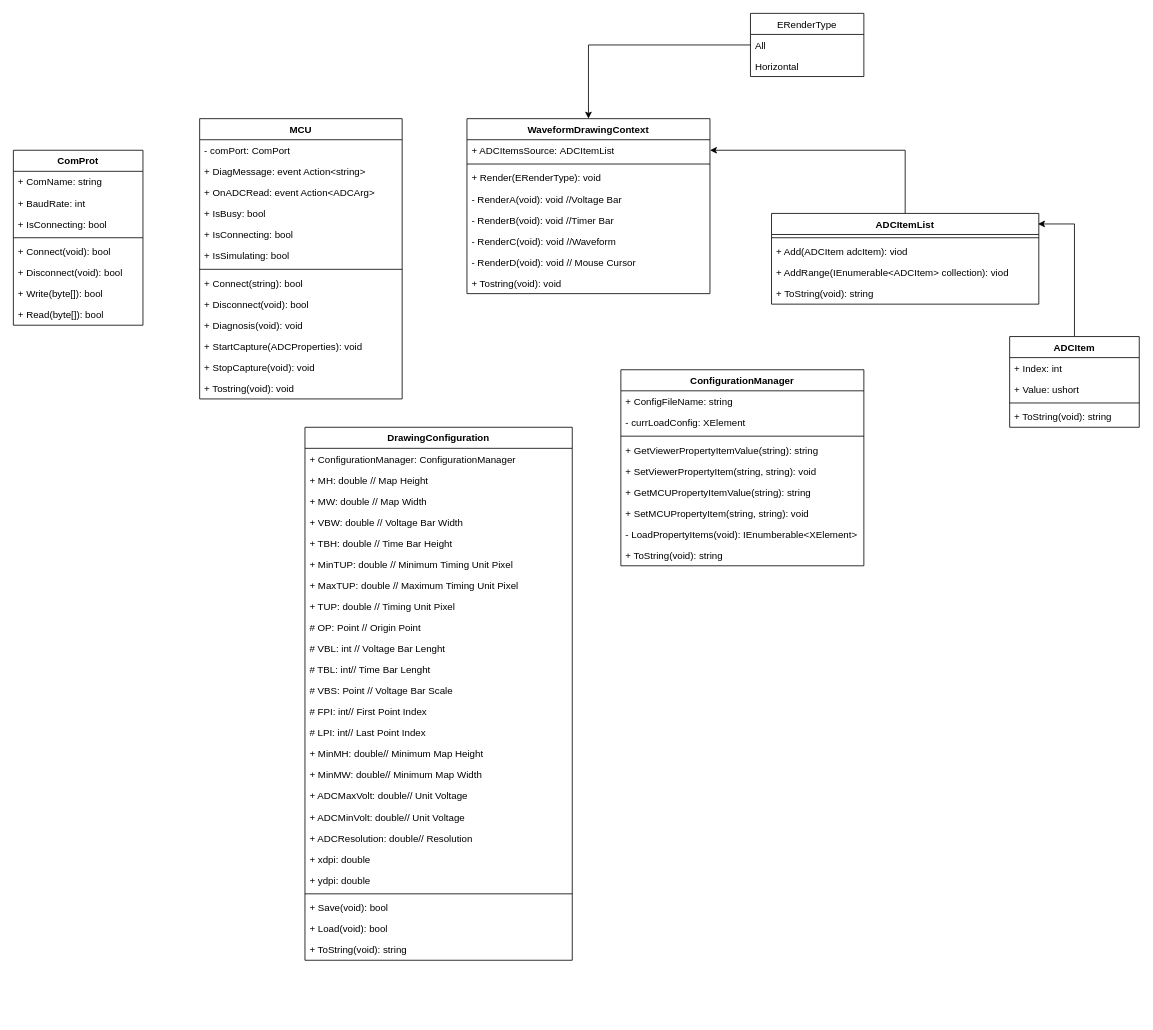
Earlier version of the draw.io diagram page "UML Class Diagram" (5 of 5) of ADC Monitor.drawio (Jasson-Chou/SideProject). Source tidied: cells renumbered, new cells numbered last; positions are measured from the earlier drawing's top-left corner, leaving out a move shared by most shapes. Both pictures are drawn from the tidied source at 81%, with x=0, y=0 at pixel (13, 13).
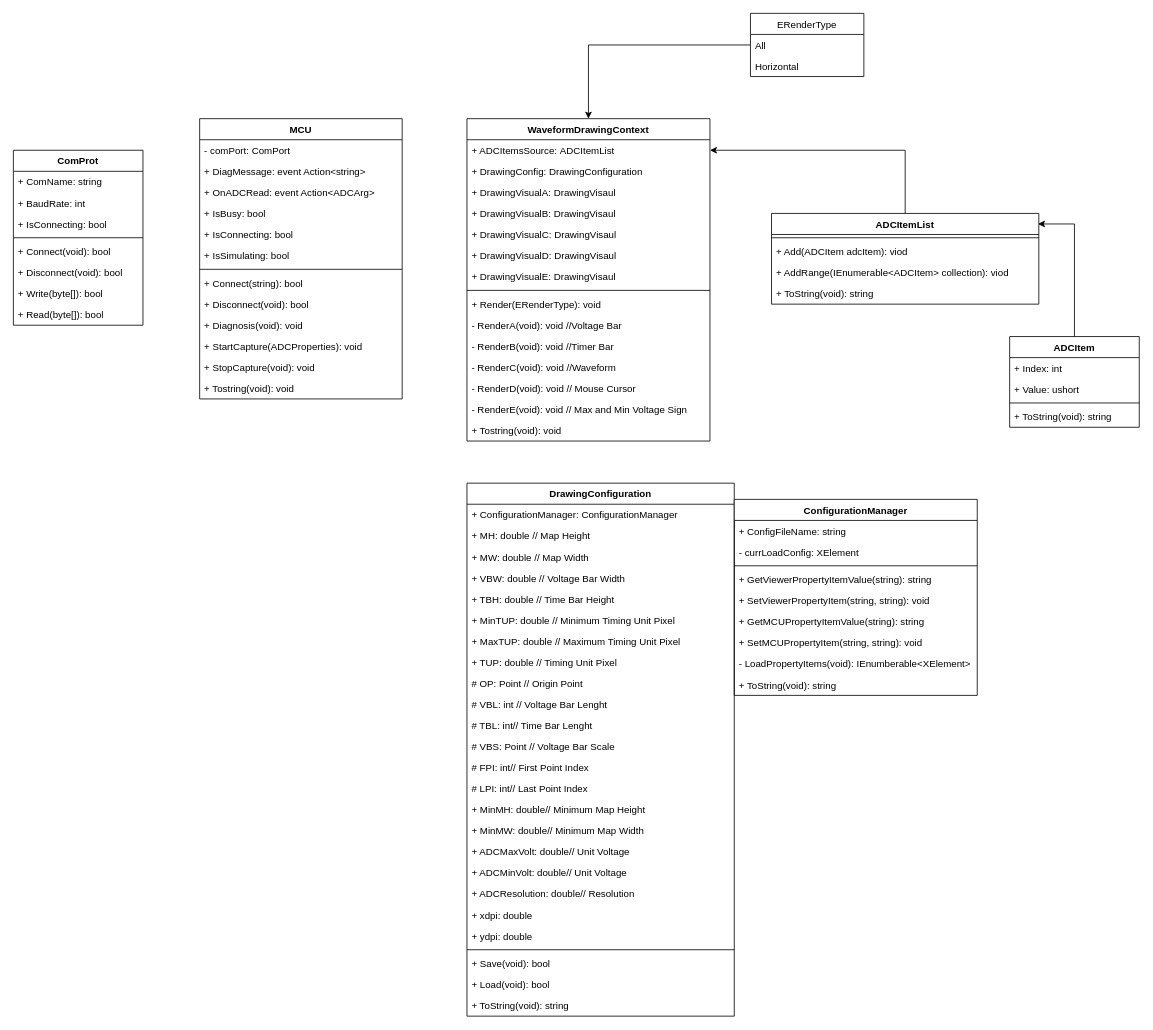
The same page after the edit.

What changed in the source:
```diff
@@
     <mxCell id="25" value="WaveformDrawingContext" style="swimlane;fontStyle=1;align=center;verticalAlign=top;horizontal=1;startSize=26;" parent="1" vertex="1">
-      <mxGeometry x="560" y="130" width="300" height="216" as="geometry" />
+      <mxGeometry x="560" y="130" width="300" height="398" as="geometry" />
     </mxCell>
@@
+    <mxCell id="86" value="+ DrawingConfig: DrawingConfiguration" style="text;strokeColor=none;fillColor=none;align=left;verticalAlign=top;spacingLeft=4;spacingRight=4;overflow=hidden;" parent="25" vertex="1">
+      <mxGeometry y="52" width="300" height="26" as="geometry" />
+    </mxCell>
+    <mxCell id="87" value="+ DrawingVisualA: DrawingVisaul" style="text;strokeColor=none;fillColor=none;align=left;verticalAlign=top;spacingLeft=4;spacingRight=4;overflow=hidden;" parent="25" vertex="1">
+      <mxGeometry y="78" width="300" height="26" as="geometry" />
+    </mxCell>
+    <mxCell id="88" value="+ DrawingVisualB: DrawingVisaul" style="text;strokeColor=none;fillColor=none;align=left;verticalAlign=top;spacingLeft=4;spacingRight=4;overflow=hidden;" parent="25" vertex="1">
+      <mxGeometry y="104" width="300" height="26" as="geometry" />
+    </mxCell>
+    <mxCell id="89" value="+ DrawingVisualC: DrawingVisaul" style="text;strokeColor=none;fillColor=none;align=left;verticalAlign=top;spacingLeft=4;spacingRight=4;overflow=hidden;" parent="25" vertex="1">
+      <mxGeometry y="130" width="300" height="26" as="geometry" />
+    </mxCell>
+    <mxCell id="90" value="+ DrawingVisualD: DrawingVisaul" style="text;strokeColor=none;fillColor=none;align=left;verticalAlign=top;spacingLeft=4;spacingRight=4;overflow=hidden;" parent="25" vertex="1">
+      <mxGeometry y="156" width="300" height="26" as="geometry" />
+    </mxCell>
+    <mxCell id="91" value="+ DrawingVisualE: DrawingVisaul" style="text;strokeColor=none;fillColor=none;align=left;verticalAlign=top;spacingLeft=4;spacingRight=4;overflow=hidden;" parent="25" vertex="1">
+      <mxGeometry y="182" width="300" height="26" as="geometry" />
+    </mxCell>
     <mxCell id="27" style="line;strokeWidth=1;fillColor=none;align=left;verticalAlign=middle;spacingTop=-1;spacingLeft=3;spacingRight=3;labelPosition=right;" parent="25" vertex="1">
-      <mxGeometry y="52" width="300" height="8" as="geometry" />
+      <mxGeometry y="208" width="300" height="8" as="geometry" />
     </mxCell>
     <mxCell id="28" value="+ Render(ERenderType): void" style="text;strokeColor=none;fillColor=none;align=left;verticalAlign=top;spacingLeft=4;spacingRight=4;overflow=hidden;" parent="25" vertex="1">
-      <mxGeometry y="60" width="300" height="26" as="geometry" />
+      <mxGeometry y="216" width="300" height="26" as="geometry" />
     </mxCell>
     <mxCell id="29" value="- RenderA(void): void //Voltage Bar" style="text;strokeColor=none;fillColor=none;align=left;verticalAlign=top;spacingLeft=4;spacingRight=4;overflow=hidden;" parent="25" vertex="1">
-      <mxGeometry y="86" width="300" height="26" as="geometry" />
+      <mxGeometry y="242" width="300" height="26" as="geometry" />
     </mxCell>
     <mxCell id="30" value="- RenderB(void): void //Timer Bar" style="text;strokeColor=none;fillColor=none;align=left;verticalAlign=top;spacingLeft=4;spacingRight=4;overflow=hidden;" parent="25" vertex="1">
-      <mxGeometry y="112" width="300" height="26" as="geometry" />
+      <mxGeometry y="268" width="300" height="26" as="geometry" />
     </mxCell>
     <mxCell id="31" value="- RenderC(void): void //Waveform" style="text;strokeColor=none;fillColor=none;align=left;verticalAlign=top;spacingLeft=4;spacingRight=4;overflow=hidden;" parent="25" vertex="1">
-      <mxGeometry y="138" width="300" height="26" as="geometry" />
+      <mxGeometry y="294" width="300" height="26" as="geometry" />
     </mxCell>
     <mxCell id="32" value="- RenderD(void): void // Mouse Cursor" style="text;strokeColor=none;fillColor=none;align=left;verticalAlign=top;spacingLeft=4;spacingRight=4;overflow=hidden;" parent="25" vertex="1">
-      <mxGeometry y="164" width="300" height="26" as="geometry" />
+      <mxGeometry y="320" width="300" height="26" as="geometry" />
     </mxCell>
+    <mxCell id="92" value="- RenderE(void): void // Max and Min Voltage Sign" style="text;strokeColor=none;fillColor=none;align=left;verticalAlign=top;spacingLeft=4;spacingRight=4;overflow=hidden;" parent="25" vertex="1">
+      <mxGeometry y="346" width="300" height="26" as="geometry" />
+    </mxCell>
     <mxCell id="33" value="+ Tostring(void): void" style="text;strokeColor=none;fillColor=none;align=left;verticalAlign=top;spacingLeft=4;spacingRight=4;overflow=hidden;" parent="25" vertex="1">
-      <mxGeometry y="190" width="300" height="26" as="geometry" />
+      <mxGeometry y="372" width="300" height="26" as="geometry" />
     </mxCell>
@@
     <mxCell id="50" value="DrawingConfiguration" style="swimlane;fontStyle=1;align=center;verticalAlign=top;horizontal=1;startSize=26;" parent="1" vertex="1">
-      <mxGeometry x="360" y="511" width="330" height="658" as="geometry" />
+      <mxGeometry x="560" y="580" width="330" height="658" as="geometry" />
     </mxCell>
@@
     <mxCell id="76" value="ConfigurationManager" style="swimlane;fontStyle=1;align=center;verticalAlign=top;horizontal=1;startSize=26;" parent="1" vertex="1">
-      <mxGeometry x="750" y="440" width="300" height="242" as="geometry" />
+      <mxGeometry x="890" y="600" width="300" height="242" as="geometry" />
     </mxCell>
```
